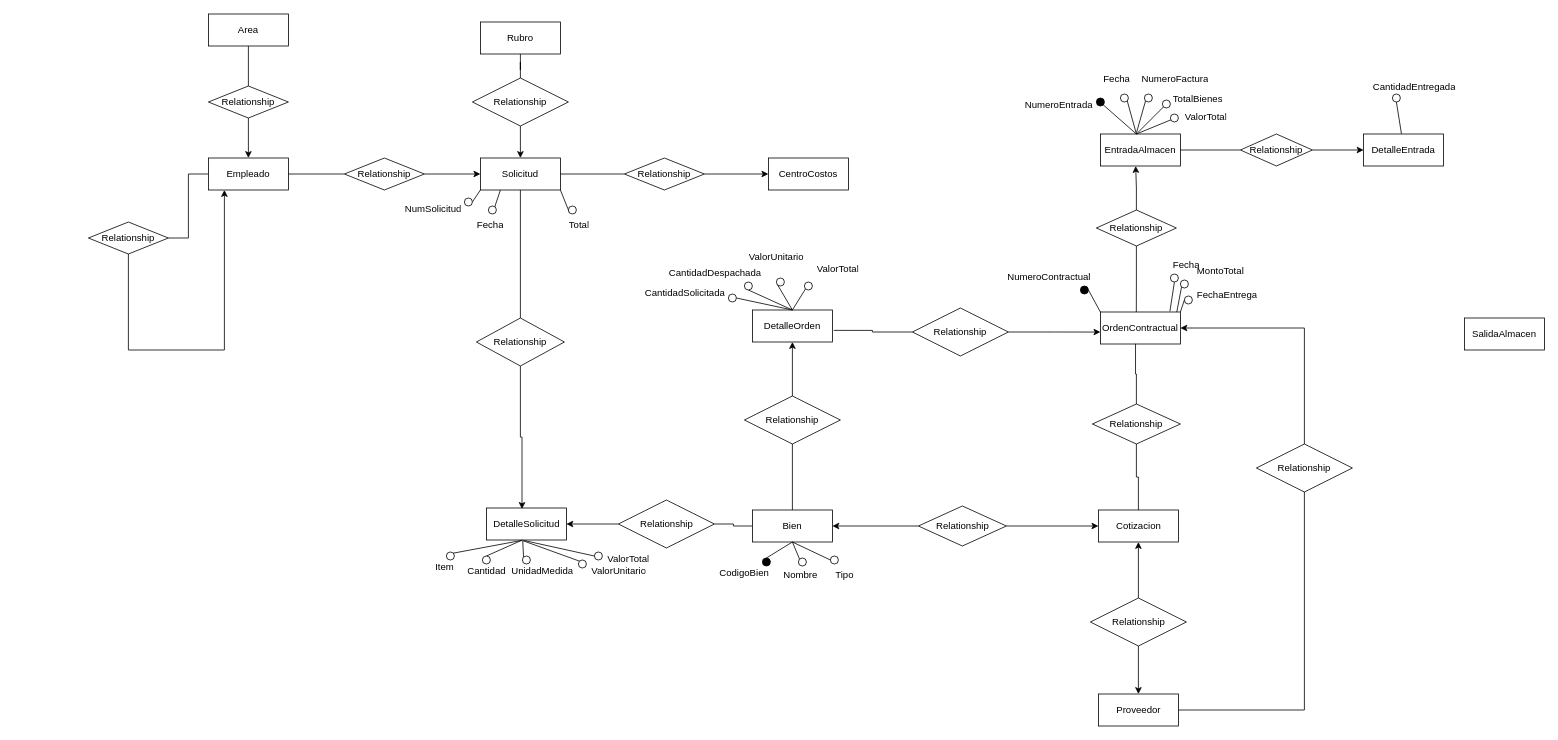
This is MER-SEMANA5/Ejercicio6-MER.drawio from Jose-An608/BASE_DATOS_1, a draw.io file, before an edit. Source tidied: cells renumbered, new cells numbered last; positions are measured from the earlier drawing's top-left corner, leaving out a move shared by most shapes. Both pictures are drawn from the tidied source at 80%, with x=0, y=0 at pixel (88, 14).
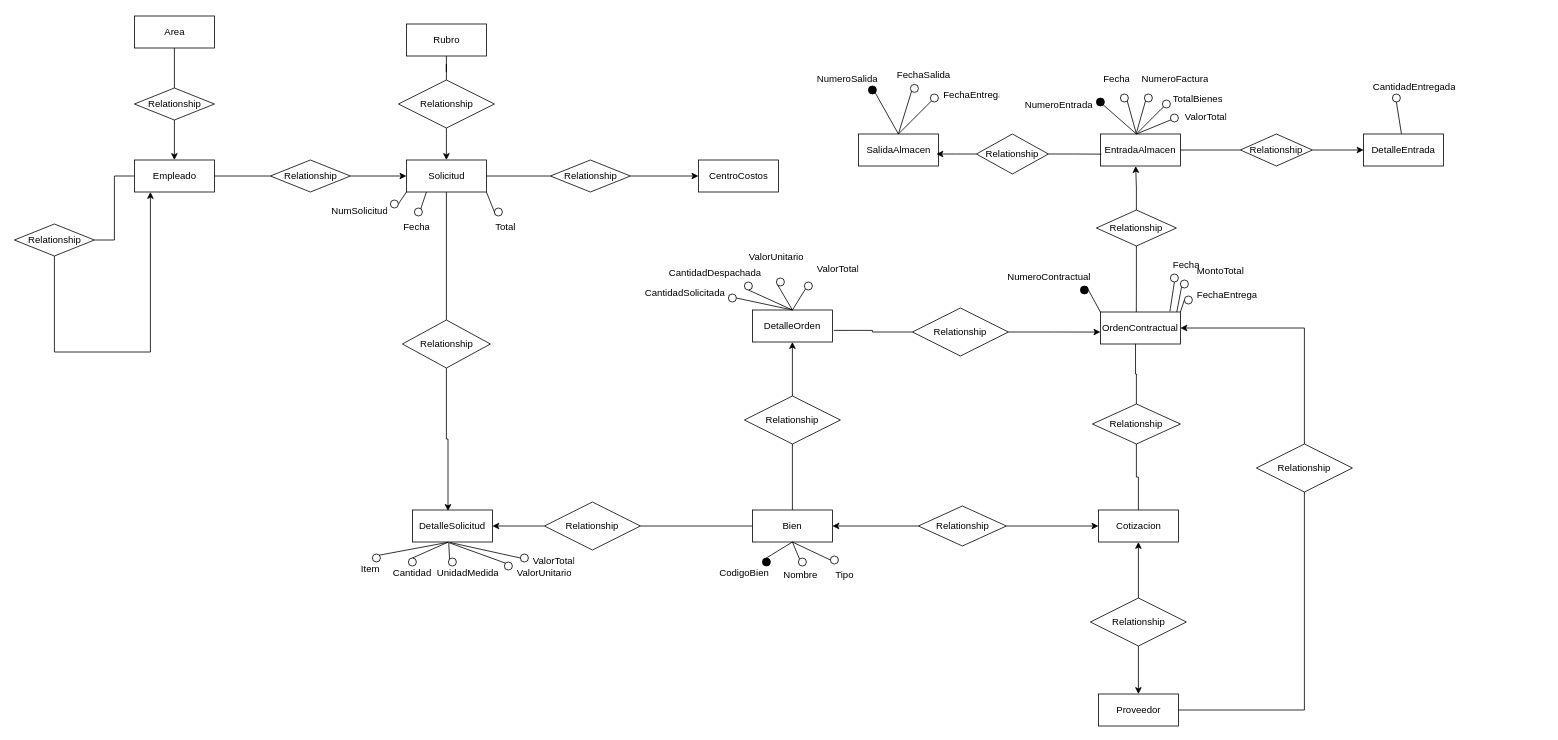
The same page after the edit.

Unchanged cells that the change refers to:
```xml
<mxCell id="3" value="EntradaAlmacen" style="whiteSpace=wrap;html=1;align=center;" parent="1" vertex="1">
  <mxGeometry x="1265" y="150" width="100" height="40" as="geometry" />
</mxCell>
```

What changed in the source:
```diff
@@
     <mxCell id="2" value="Area" style="whiteSpace=wrap;html=1;align=center;" parent="1" vertex="1">
-      <mxGeometry x="150" width="100" height="40" as="geometry" />
+      <mxGeometry x="57.5" y="2.5" width="100" height="40" as="geometry" />
     </mxCell>
@@
     <mxCell id="4" value="Rubro" style="whiteSpace=wrap;html=1;align=center;" parent="1" vertex="1">
-      <mxGeometry x="490" y="10" width="100" height="40" as="geometry" />
+      <mxGeometry x="397.5" y="12.5" width="100" height="40" as="geometry" />
     </mxCell>
     <mxCell id="5" value="Solicitud" style="whiteSpace=wrap;html=1;align=center;" parent="1" vertex="1">
-      <mxGeometry x="490" y="180" width="100" height="40" as="geometry" />
+      <mxGeometry x="397.5" y="182.5" width="100" height="40" as="geometry" />
     </mxCell>
@@
     <mxCell id="7" value="Empleado" style="whiteSpace=wrap;html=1;align=center;" parent="1" vertex="1">
-      <mxGeometry x="150" y="180" width="100" height="40" as="geometry" />
+      <mxGeometry x="57.5" y="182.5" width="100" height="40" as="geometry" />
     </mxCell>
     <mxCell id="8" value="CentroCostos" style="whiteSpace=wrap;html=1;align=center;" parent="1" vertex="1">
-      <mxGeometry x="850" y="180" width="100" height="40" as="geometry" />
+      <mxGeometry x="762.5" y="182.5" width="100" height="40" as="geometry" />
     </mxCell>
     <mxCell id="9" value="DetalleSolicitud" style="whiteSpace=wrap;html=1;align=center;" parent="1" vertex="1">
-      <mxGeometry x="497.5" y="617.5" width="100" height="40" as="geometry" />
+      <mxGeometry x="405" y="620" width="100" height="40" as="geometry" />
     </mxCell>
@@
     <mxCell id="16" value="Relationship" style="shape=rhombus;perimeter=rhombusPerimeter;whiteSpace=wrap;html=1;align=center;" parent="1" vertex="1">
-      <mxGeometry x="320" y="180" width="100" height="40" as="geometry" />
+      <mxGeometry x="227.5" y="182.5" width="100" height="40" as="geometry" />
     </mxCell>
@@
     <mxCell id="19" value="Relationship" style="shape=rhombus;perimeter=rhombusPerimeter;whiteSpace=wrap;html=1;align=center;" parent="1" vertex="1">
-      <mxGeometry x="150" y="90" width="100" height="40" as="geometry" />
+      <mxGeometry x="57.5" y="92.5" width="100" height="40" as="geometry" />
     </mxCell>
     <mxCell id="20" style="edgeStyle=orthogonalEdgeStyle;rounded=0;jettySize=auto;html=1;entryX=0.2;entryY=1;entryDx=0;entryDy=0;entryPerimeter=0;" parent="1" edge="1" source="21" target="7">
       <mxGeometry relative="1" as="geometry">
         <Array as="points">
-          <mxPoint x="50" y="420" />
-          <mxPoint x="170" y="420" />
+          <mxPoint x="-42.5" y="422.5" />
+          <mxPoint x="77.5" y="422.5" />
         </Array>
       </mxGeometry>
     </mxCell>
     <mxCell id="21" value="Relationship" style="shape=rhombus;perimeter=rhombusPerimeter;whiteSpace=wrap;html=1;align=center;" parent="1" vertex="1">
-      <mxGeometry y="260" width="100" height="40" as="geometry" />
+      <mxGeometry x="-92.5" y="262.5" width="100" height="40" as="geometry" />
     </mxCell>
@@
     <mxCell id="24" value="Relationship" style="shape=rhombus;perimeter=rhombusPerimeter;whiteSpace=wrap;html=1;align=center;" parent="1" vertex="1">
-      <mxGeometry x="670" y="180" width="100" height="40" as="geometry" />
+      <mxGeometry x="577.5" y="182.5" width="100" height="40" as="geometry" />
     </mxCell>
@@
     <mxCell id="28" style="ellipse;whiteSpace=wrap;html=1;align=center;" parent="1" vertex="1">
-      <mxGeometry x="470" y="230" width="10" height="10" as="geometry" />
+      <mxGeometry x="377.5" y="232.5" width="10" height="10" as="geometry" />
     </mxCell>
     <mxCell id="29" style="ellipse;whiteSpace=wrap;html=1;align=center;" parent="1" vertex="1">
-      <mxGeometry x="500" y="240" width="10" height="10" as="geometry" />
+      <mxGeometry x="407.5" y="242.5" width="10" height="10" as="geometry" />
     </mxCell>
     <mxCell id="30" style="ellipse;whiteSpace=wrap;html=1;align=center;" parent="1" vertex="1">
-      <mxGeometry x="600" y="240" width="10" height="10" as="geometry" />
+      <mxGeometry x="507.5" y="242.5" width="10" height="10" as="geometry" />
     </mxCell>
     <mxCell id="31" value="NumSolicitud" style="text;strokeColor=none;fillColor=none;spacingLeft=4;spacingRight=4;overflow=hidden;fontSize=12;whiteSpace=wrap;html=1;" parent="1" vertex="1">
-      <mxGeometry x="390" y="230" width="80" height="30" as="geometry" />
+      <mxGeometry x="297.5" y="232.5" width="80" height="30" as="geometry" />
     </mxCell>
     <mxCell id="32" value="Fecha" style="text;strokeColor=none;fillColor=none;spacingLeft=4;spacingRight=4;overflow=hidden;fontSize=12;whiteSpace=wrap;html=1;" parent="1" vertex="1">
-      <mxGeometry x="480" y="250" width="80" height="30" as="geometry" />
+      <mxGeometry x="387.5" y="252.5" width="80" height="30" as="geometry" />
     </mxCell>
     <mxCell id="33" value="Total" style="text;strokeColor=none;fillColor=none;spacingLeft=4;spacingRight=4;overflow=hidden;fontSize=12;whiteSpace=wrap;html=1;" parent="1" vertex="1">
-      <mxGeometry x="595" y="250" width="40" height="30" as="geometry" />
+      <mxGeometry x="502.5" y="252.5" width="40" height="30" as="geometry" />
     </mxCell>
@@
     <mxCell id="35" value="Relationship" style="shape=rhombus;perimeter=rhombusPerimeter;whiteSpace=wrap;html=1;align=center;" parent="1" vertex="1">
-      <mxGeometry x="485" y="380" width="110" height="60" as="geometry" />
+      <mxGeometry x="392.5" y="382.5" width="110" height="60" as="geometry" />
     </mxCell>
@@
     <mxCell id="38" style="endArrow=none;html=1;rounded=0;entryX=0.5;entryY=0;entryDx=0;entryDy=0;" parent="1" edge="1" target="42">
       <mxGeometry relative="1" as="geometry">
-        <mxPoint x="542.5" y="657.5" as="sourcePoint" />
+        <mxPoint x="450" y="660" as="sourcePoint" />
       </mxGeometry>
     </mxCell>
@@
     <mxCell id="41" style="ellipse;whiteSpace=wrap;html=1;align=center;" parent="1" vertex="1">
-      <mxGeometry x="447.5" y="672.5" width="10" height="10" as="geometry" />
+      <mxGeometry x="355" y="675" width="10" height="10" as="geometry" />
     </mxCell>
     <mxCell id="42" style="ellipse;whiteSpace=wrap;html=1;align=center;" parent="1" vertex="1">
-      <mxGeometry x="492.5" y="677.5" width="10" height="10" as="geometry" />
+      <mxGeometry x="400" y="680" width="10" height="10" as="geometry" />
     </mxCell>
     <mxCell id="43" style="ellipse;whiteSpace=wrap;html=1;align=center;" parent="1" vertex="1">
-      <mxGeometry x="612.5" y="682.5" width="10" height="10" as="geometry" />
+      <mxGeometry x="520" y="685" width="10" height="10" as="geometry" />
     </mxCell>
     <mxCell id="44" style="ellipse;whiteSpace=wrap;html=1;align=center;" parent="1" vertex="1">
-      <mxGeometry x="542.5" y="677.5" width="10" height="10" as="geometry" />
+      <mxGeometry x="450" y="680" width="10" height="10" as="geometry" />
     </mxCell>
     <mxCell id="45" value="Item" style="text;strokeColor=none;fillColor=none;spacingLeft=4;spacingRight=4;overflow=hidden;fontSize=12;whiteSpace=wrap;html=1;" parent="1" vertex="1">
-      <mxGeometry x="427.5" y="677.5" width="40" height="30" as="geometry" />
+      <mxGeometry x="335" y="680" width="40" height="30" as="geometry" />
     </mxCell>
     <mxCell id="46" value="Cantidad" style="text;strokeColor=none;fillColor=none;spacingLeft=4;spacingRight=4;overflow=hidden;fontSize=12;whiteSpace=wrap;html=1;" parent="1" vertex="1">
-      <mxGeometry x="467.5" y="682.5" width="60" height="30" as="geometry" />
+      <mxGeometry x="375" y="685" width="60" height="30" as="geometry" />
     </mxCell>
     <mxCell id="47" value="UnidadMedida" style="text;strokeColor=none;fillColor=none;spacingLeft=4;spacingRight=4;overflow=hidden;fontSize=12;whiteSpace=wrap;html=1;" parent="1" vertex="1">
-      <mxGeometry x="522.5" y="682.5" width="90" height="30" as="geometry" />
+      <mxGeometry x="430" y="685" width="90" height="30" as="geometry" />
     </mxCell>
     <mxCell id="48" value="ValorUnitario" style="text;strokeColor=none;fillColor=none;spacingLeft=4;spacingRight=4;overflow=hidden;fontSize=12;whiteSpace=wrap;html=1;" parent="1" vertex="1">
-      <mxGeometry x="622.5" y="682.5" width="90" height="30" as="geometry" />
+      <mxGeometry x="530" y="685" width="90" height="30" as="geometry" />
     </mxCell>
     <mxCell id="49" value="ValorTotal" style="text;strokeColor=none;fillColor=none;spacingLeft=4;spacingRight=4;overflow=hidden;fontSize=12;whiteSpace=wrap;html=1;" parent="1" vertex="1">
-      <mxGeometry x="642.5" y="667.5" width="90" height="30" as="geometry" />
+      <mxGeometry x="550" y="670" width="90" height="30" as="geometry" />
     </mxCell>
@@
     <mxCell id="51" style="ellipse;whiteSpace=wrap;html=1;align=center;" parent="1" vertex="1">
-      <mxGeometry x="632.5" y="672.5" width="10" height="10" as="geometry" />
+      <mxGeometry x="540" y="675" width="10" height="10" as="geometry" />
     </mxCell>
@@
     <mxCell id="54" value="Relationship" style="shape=rhombus;perimeter=rhombusPerimeter;whiteSpace=wrap;html=1;align=center;" parent="1" vertex="1">
-      <mxGeometry x="662.5" y="607.5" width="120" height="60" as="geometry" />
+      <mxGeometry x="570" y="610" width="120" height="60" as="geometry" />
     </mxCell>
@@
     <mxCell id="66" value="Relationship" style="shape=rhombus;perimeter=rhombusPerimeter;whiteSpace=wrap;html=1;align=center;" parent="1" vertex="1">
-      <mxGeometry x="480" y="80" width="120" height="60" as="geometry" />
+      <mxGeometry x="387.5" y="82.5" width="120" height="60" as="geometry" />
     </mxCell>
@@
     <mxCell id="135" value="SalidaAlmacen" style="whiteSpace=wrap;html=1;align=center;" parent="1" vertex="1">
-      <mxGeometry x="1720" y="380" width="100" height="40" as="geometry" />
+      <mxGeometry x="962.5" y="150" width="100" height="40" as="geometry" />
     </mxCell>
+    <mxCell id="136" value="Relationship" style="shape=rhombus;perimeter=rhombusPerimeter;whiteSpace=wrap;html=1;align=center;" parent="1" vertex="1">
+      <mxGeometry x="1110" y="150" width="90" height="50" as="geometry" />
+    </mxCell>
+    <mxCell id="137" style="edgeStyle=orthogonalEdgeStyle;rounded=0;jettySize=auto;html=1;" parent="1" edge="1" source="136">
+      <mxGeometry relative="1" as="geometry">
+        <mxPoint x="1060" y="175" as="targetPoint" />
+      </mxGeometry>
+    </mxCell>
+    <mxCell id="138" style="edgeStyle=orthogonalEdgeStyle;rounded=0;jettySize=auto;html=1;entryX=0.013;entryY=0.629;entryDx=0;entryDy=0;entryPerimeter=0;endArrow=none;endFill=0;" parent="1" edge="1" source="136" target="3">
+      <mxGeometry relative="1" as="geometry" />
+    </mxCell>
+    <mxCell id="139" style="endArrow=none;html=1;rounded=0;exitX=1;exitY=1;exitDx=0;exitDy=0;entryX=0.5;entryY=0;entryDx=0;entryDy=0;" parent="1" edge="1" source="141" target="135">
+      <mxGeometry relative="1" as="geometry" />
+    </mxCell>
+    <mxCell id="140" value="NumeroSalida" style="text;strokeColor=none;fillColor=none;spacingLeft=4;spacingRight=4;overflow=hidden;fontSize=12;whiteSpace=wrap;html=1;" parent="1" vertex="1">
+      <mxGeometry x="905" y="67.5" width="100" height="25" as="geometry" />
+    </mxCell>
+    <mxCell id="141" style="ellipse;whiteSpace=wrap;html=1;align=center;fillColor=#000000;" parent="1" vertex="1">
+      <mxGeometry x="975" y="90" width="10" height="10" as="geometry" />
+    </mxCell>
+    <mxCell id="142" style="ellipse;whiteSpace=wrap;html=1;align=center;" parent="1" vertex="1">
+      <mxGeometry x="1027.5" y="88" width="10" height="10" as="geometry" />
+    </mxCell>
+    <mxCell id="143" style="endArrow=none;html=1;rounded=0;entryX=0.5;entryY=0;entryDx=0;entryDy=0;exitX=0;exitY=1;exitDx=0;exitDy=0;" parent="1" edge="1" source="142" target="135">
+      <mxGeometry relative="1" as="geometry" />
+    </mxCell>
+    <mxCell id="144" value="FechaSalida" style="text;strokeColor=none;fillColor=none;spacingLeft=4;spacingRight=4;overflow=hidden;fontSize=12;whiteSpace=wrap;html=1;" parent="1" vertex="1">
+      <mxGeometry x="1005" y="63" width="80" height="25" as="geometry" />
+    </mxCell>
+    <mxCell id="145" style="endArrow=none;html=1;rounded=0;entryX=0.5;entryY=0;entryDx=0;entryDy=0;exitX=0;exitY=1;exitDx=0;exitDy=0;" parent="1" edge="1" source="147" target="135">
+      <mxGeometry relative="1" as="geometry" />
+    </mxCell>
+    <mxCell id="146" value="FechaEntrega" style="text;strokeColor=none;fillColor=none;spacingLeft=4;spacingRight=4;overflow=hidden;fontSize=12;whiteSpace=wrap;html=1;" parent="1" vertex="1">
+      <mxGeometry x="1062.5" y="88" width="80" height="25" as="geometry" />
+    </mxCell>
+    <mxCell id="147" style="ellipse;whiteSpace=wrap;html=1;align=center;" parent="1" vertex="1">
+      <mxGeometry x="1052.5" y="100" width="10" height="10" as="geometry" />
+    </mxCell>
```
